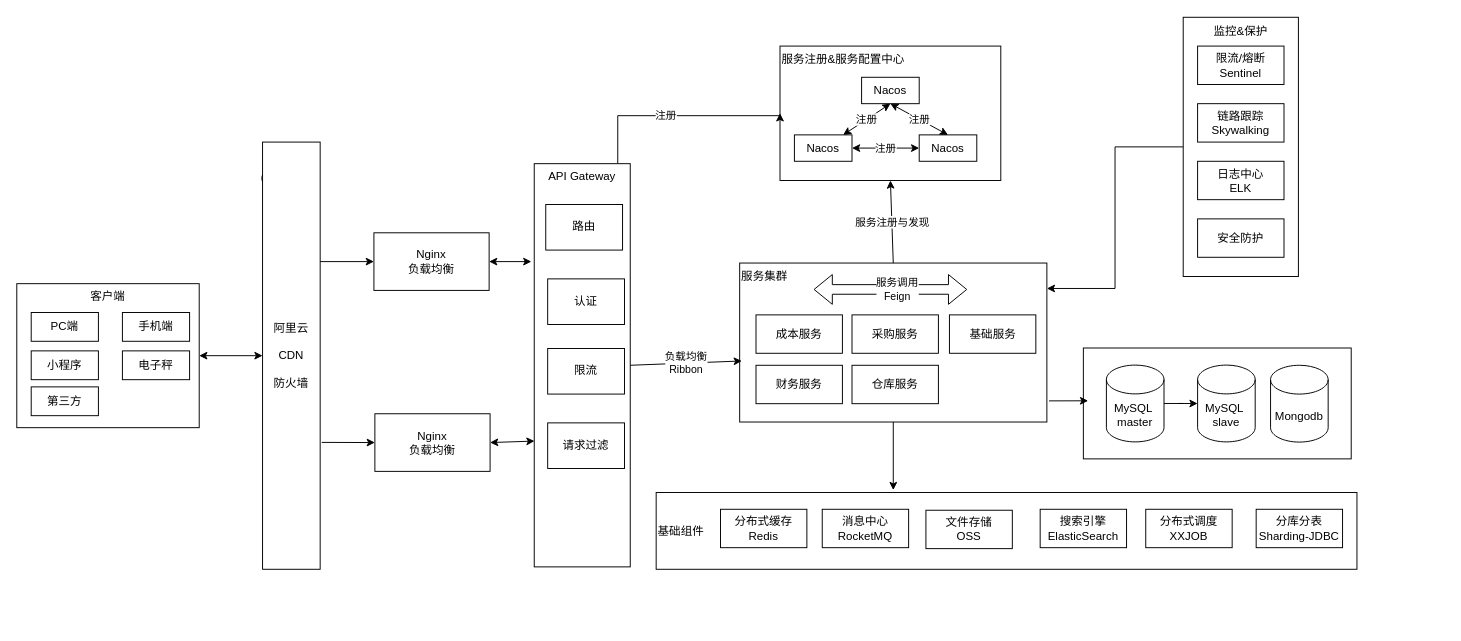
Above: diagrams/Untitled Diagram.drawio in dengyulong/PublicStore (draw.io), before the change. Source tidied: cells renumbered, new cells numbered last; positions are measured from the earlier drawing's top-left corner, leaving out a move shared by most shapes. Both pictures are drawn from the tidied source at 96%, with x=0, y=0 at pixel (16, 17).
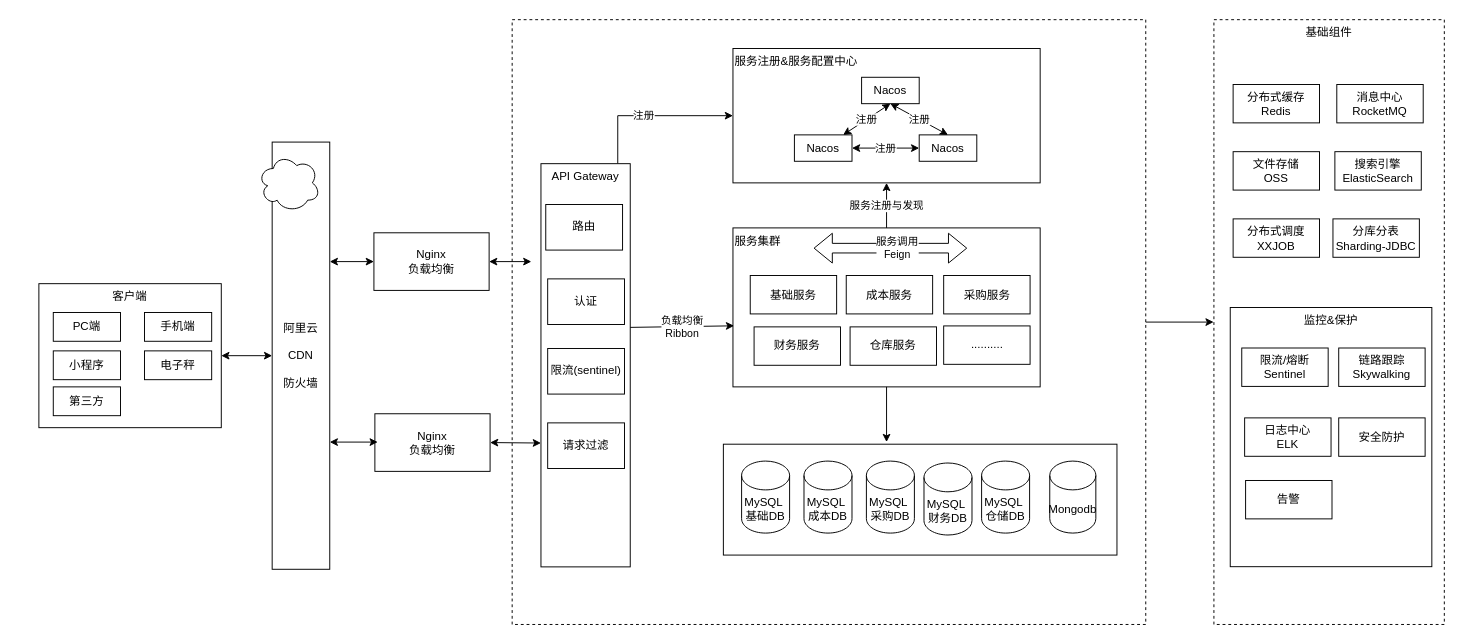
After the change.

Unchanged cells that the change refers to:
```xml
<mxCell id="16" value="Nginx&lt;br&gt;负载均衡" style="rounded=0;whiteSpace=wrap;html=1;" parent="1" vertex="1">
  <mxGeometry x="372" y="224" width="120" height="60" as="geometry" />
</mxCell>
<mxCell id="17" value="Nginx&lt;br&gt;负载均衡" style="rounded=0;whiteSpace=wrap;html=1;" parent="1" vertex="1">
  <mxGeometry x="373" y="412.5" width="120" height="60" as="geometry" />
</mxCell>
```

Change to the diagram source:
```diff
@@
+    <mxCell id="60" style="rounded=0;whiteSpace=wrap;html=1;dashed=1;" parent="1" vertex="1">
+      <mxGeometry x="516" y="2" width="660" height="630" as="geometry" />
+    </mxCell>
+    <mxCell id="59" value="阿里云&lt;br&gt;&lt;br&gt;CDN&lt;br&gt;&lt;br&gt;防火墙" style="rounded=0;whiteSpace=wrap;html=1;" parent="1" vertex="1">
+      <mxGeometry x="266" y="129.5" width="60" height="445" as="geometry" />
+    </mxCell>
-    <mxCell id="2" value="基础组件" style="rounded=0;whiteSpace=wrap;html=1;verticalAlign=middle;align=left;" parent="1" vertex="1">
-      <mxGeometry x="666" y="494.5" width="730" height="80" as="geometry" />
+    <mxCell id="2" value="基础组件" style="rounded=0;whiteSpace=wrap;html=1;verticalAlign=top;align=center;dashed=1;" parent="1" vertex="1">
+      <mxGeometry x="1247" y="2" width="240" height="630" as="geometry" />
     </mxCell>
     <mxCell id="3" style="rounded=0;whiteSpace=wrap;html=1;" parent="1" vertex="1">
-      <mxGeometry x="1111" y="344" width="279" height="115.5" as="geometry" />
+      <mxGeometry x="736" y="444.2" width="410" height="115.5" as="geometry" />
     </mxCell>
     <mxCell id="4" value="监控&amp;amp;保护" style="rounded=0;whiteSpace=wrap;html=1;verticalAlign=top;" parent="1" vertex="1">
-      <mxGeometry x="1215" y="-0.5" width="120" height="270" as="geometry" />
+      <mxGeometry x="1264" y="301.8" width="210" height="270" as="geometry" />
     </mxCell>
     <mxCell id="5" value="&lt;div style=&quot;&quot;&gt;&lt;span style=&quot;background-color: initial;&quot;&gt;服务集群&lt;/span&gt;&lt;/div&gt;" style="rounded=0;whiteSpace=wrap;html=1;align=left;verticalAlign=top;" parent="1" vertex="1">
-      <mxGeometry x="753" y="255.5" width="320" height="165.6" as="geometry" />
+      <mxGeometry x="746" y="218.9" width="320" height="165.6" as="geometry" />
     </mxCell>
     <mxCell id="6" value="服务注册&amp;amp;服务配置中心" style="rounded=0;whiteSpace=wrap;html=1;verticalAlign=top;align=left;" parent="1" vertex="1">
-      <mxGeometry x="795" y="29.5" width="230" height="140" as="geometry" />
+      <mxGeometry x="746" y="32" width="320" height="140" as="geometry" />
     </mxCell>
@@
     <mxCell id="8" value="API Gateway" style="rounded=0;whiteSpace=wrap;html=1;verticalAlign=top;" parent="1" vertex="1">
-      <mxGeometry x="539" y="152" width="100" height="420" as="geometry" />
+      <mxGeometry x="546" y="152" width="93" height="420" as="geometry" />
     </mxCell>
     <mxCell id="9" value="客户端" style="rounded=0;whiteSpace=wrap;html=1;verticalAlign=top;" parent="1" vertex="1">
-      <mxGeometry y="277" width="190" height="150" as="geometry" />
+      <mxGeometry x="23" y="277" width="190" height="150" as="geometry" />
     </mxCell>
     <mxCell id="10" value="手机端" style="rounded=0;whiteSpace=wrap;html=1;" parent="1" vertex="1">
-      <mxGeometry x="110" y="307" width="70" height="30" as="geometry" />
+      <mxGeometry x="133" y="307" width="70" height="30" as="geometry" />
     </mxCell>
     <mxCell id="11" value="PC端" style="rounded=0;whiteSpace=wrap;html=1;" parent="1" vertex="1">
-      <mxGeometry x="15" y="307" width="70" height="30" as="geometry" />
+      <mxGeometry x="38" y="307" width="70" height="30" as="geometry" />
     </mxCell>
     <mxCell id="12" value="电子秤" style="rounded=0;whiteSpace=wrap;html=1;" parent="1" vertex="1">
-      <mxGeometry x="110" y="347" width="70" height="30" as="geometry" />
+      <mxGeometry x="133" y="347" width="70" height="30" as="geometry" />
     </mxCell>
     <mxCell id="13" value="第三方" style="rounded=0;whiteSpace=wrap;html=1;" parent="1" vertex="1">
-      <mxGeometry x="15" y="384.5" width="70" height="30" as="geometry" />
+      <mxGeometry x="38" y="384.5" width="70" height="30" as="geometry" />
     </mxCell>
@@
     <mxCell id="15" value="小程序" style="rounded=0;whiteSpace=wrap;html=1;" parent="1" vertex="1">
-      <mxGeometry x="15" y="347" width="70" height="30" as="geometry" />
+      <mxGeometry x="38" y="347" width="70" height="30" as="geometry" />
     </mxCell>
@@
     <mxCell id="18" style="endArrow=classic;startArrow=classic;html=1;rounded=0;entryX=0;entryY=0.5;entryDx=0;entryDy=0;" parent="1" edge="1" target="16">
       <mxGeometry relative="1" as="geometry">
-        <mxPoint x="286" y="254" as="sourcePoint" />
+        <mxPoint x="326" y="254" as="sourcePoint" />
       </mxGeometry>
     </mxCell>
@@
-    <mxCell id="20" style="endArrow=classic;startArrow=none;html=1;rounded=0;entryX=0;entryY=0.5;entryDx=0;entryDy=0;exitX=1.028;exitY=0.703;exitDx=0;exitDy=0;exitPerimeter=0;" parent="1" edge="1" source="59" target="17">
-      <mxGeometry relative="1" as="geometry" />
-    </mxCell>
@@
-    <mxCell id="24" style="endArrow=classic;startArrow=classic;html=1;rounded=0;entryX=0.003;entryY=0.688;entryDx=0;entryDy=0;entryPerimeter=0;exitX=1;exitY=0.5;exitDx=0;exitDy=0;" parent="1" edge="1" source="17" target="8">
-      <mxGeometry relative="1" as="geometry" />
+    <mxCell id="24" style="endArrow=classic;startArrow=classic;html=1;rounded=0;exitX=1;exitY=0.5;exitDx=0;exitDy=0;" parent="1" edge="1" source="17">
+      <mxGeometry relative="1" as="geometry">
+        <mxPoint x="546" y="443" as="targetPoint" />
+      </mxGeometry>
     </mxCell>
@@
     <mxCell id="31" value="成本服务" style="rounded=0;whiteSpace=wrap;html=1;" parent="1" vertex="1">
-      <mxGeometry x="770" y="309.5" width="90" height="40" as="geometry" />
+      <mxGeometry x="864" y="268.5" width="90" height="40" as="geometry" />
     </mxCell>
     <mxCell id="32" value="采购服务" style="rounded=0;whiteSpace=wrap;html=1;" parent="1" vertex="1">
-      <mxGeometry x="870" y="309.5" width="90" height="40" as="geometry" />
+      <mxGeometry x="965.5" y="268.5" width="90" height="40" as="geometry" />
     </mxCell>
     <mxCell id="33" value="仓库服务" style="rounded=0;whiteSpace=wrap;html=1;" parent="1" vertex="1">
-      <mxGeometry x="870" y="362" width="90" height="40" as="geometry" />
+      <mxGeometry x="868" y="322" width="90" height="40" as="geometry" />
     </mxCell>
     <mxCell id="34" value="财务服务" style="rounded=0;whiteSpace=wrap;html=1;" parent="1" vertex="1">
-      <mxGeometry x="770" y="362" width="90" height="40" as="geometry" />
+      <mxGeometry x="768" y="322" width="90" height="40" as="geometry" />
     </mxCell>
     <mxCell id="35" value="基础服务" style="rounded=0;whiteSpace=wrap;html=1;" parent="1" vertex="1">
-      <mxGeometry x="971.5" y="309.5" width="90" height="40" as="geometry" />
+      <mxGeometry x="764" y="268.5" width="90" height="40" as="geometry" />
     </mxCell>
@@
     <mxCell id="38" value="消息中心&lt;br&gt;RocketMQ" style="rounded=0;whiteSpace=wrap;html=1;" parent="1" vertex="1">
-      <mxGeometry x="839" y="512" width="90" height="40" as="geometry" />
+      <mxGeometry x="1375" y="69.5" width="90" height="40" as="geometry" />
     </mxCell>
     <mxCell id="39" value="分布式调度&lt;br&gt;XXJOB" style="rounded=0;whiteSpace=wrap;html=1;" parent="1" vertex="1">
-      <mxGeometry x="1176" y="512" width="90" height="40" as="geometry" />
+      <mxGeometry x="1267" y="209.5" width="90" height="40" as="geometry" />
     </mxCell>
     <mxCell id="40" value="搜索引擎&lt;br&gt;ElasticSearch" style="rounded=0;whiteSpace=wrap;html=1;" parent="1" vertex="1">
-      <mxGeometry x="1066" y="512" width="90" height="40" as="geometry" />
+      <mxGeometry x="1373" y="139.5" width="90" height="40" as="geometry" />
     </mxCell>
     <mxCell id="41" value="限流/熔断Sentinel" style="rounded=0;whiteSpace=wrap;html=1;" parent="1" vertex="1">
-      <mxGeometry x="1230" y="29.5" width="90" height="40" as="geometry" />
+      <mxGeometry x="1276" y="344" width="90" height="40" as="geometry" />
     </mxCell>
-    <mxCell id="42" style="edgeStyle=orthogonalEdgeStyle;rounded=0;jettySize=auto;html=1;" parent="1" edge="1" source="4" target="5">
-      <mxGeometry relative="1" as="geometry">
-        <Array as="points">
-          <mxPoint x="1144" y="135" />
-          <mxPoint x="1144" y="282" />
-        </Array>
-      </mxGeometry>
-    </mxCell>
     <mxCell id="43" value="日志中心&lt;br&gt;ELK" style="rounded=0;whiteSpace=wrap;html=1;" parent="1" vertex="1">
-      <mxGeometry x="1230" y="149.5" width="90" height="40" as="geometry" />
+      <mxGeometry x="1279" y="416.8" width="90" height="40" as="geometry" />
     </mxCell>
     <mxCell id="44" value="文件存储&lt;br&gt;OSS" style="rounded=0;whiteSpace=wrap;html=1;" parent="1" vertex="1">
-      <mxGeometry x="947" y="513" width="90" height="40" as="geometry" />
+      <mxGeometry x="1267" y="139.5" width="90" height="40" as="geometry" />
     </mxCell>
     <mxCell id="45" value="安全防护" style="rounded=0;whiteSpace=wrap;html=1;" parent="1" vertex="1">
-      <mxGeometry x="1230" y="209.5" width="90" height="40" as="geometry" />
+      <mxGeometry x="1377" y="416.8" width="90" height="40" as="geometry" />
     </mxCell>
     <mxCell id="46" value="分布式缓存&lt;br&gt;Redis" style="rounded=0;whiteSpace=wrap;html=1;" parent="1" vertex="1">
-      <mxGeometry x="733" y="512" width="90" height="40" as="geometry" />
+      <mxGeometry x="1267" y="69.5" width="90" height="40" as="geometry" />
     </mxCell>
-    <mxCell id="47" value="负载均衡&lt;br&gt;Ribbon" style="endArrow=classic;html=1;rounded=0;exitX=1;exitY=0.5;exitDx=0;exitDy=0;entryX=0.007;entryY=0.616;entryDx=0;entryDy=0;entryPerimeter=0;" parent="1" edge="1" source="8" target="5">
-      <mxGeometry relative="1" as="geometry" />
+    <mxCell id="47" value="负载均衡&lt;br&gt;Ribbon" style="endArrow=classic;html=1;rounded=0;entryX=0.007;entryY=0.616;entryDx=0;entryDy=0;entryPerimeter=0;exitX=1;exitY=0.406;exitDx=0;exitDy=0;exitPerimeter=0;" parent="1" edge="1" source="8">
+      <mxGeometry relative="1" as="geometry">
+        <mxPoint x="747.2" y="320.9" as="targetPoint" />
+      </mxGeometry>
     </mxCell>
     <mxCell id="48" value="链路跟踪Skywalking" style="rounded=0;whiteSpace=wrap;html=1;" parent="1" vertex="1">
-      <mxGeometry x="1230" y="89.5" width="90" height="40" as="geometry" />
+      <mxGeometry x="1377" y="344" width="90" height="40" as="geometry" />
     </mxCell>
     <mxCell id="49" style="shape=flexArrow;endArrow=classic;startArrow=classic;html=1;rounded=0;" parent="1" edge="1">
       <mxGeometry relative="1" as="geometry">
-        <mxPoint x="830" y="283" as="sourcePoint" />
-        <mxPoint x="990" y="283" as="targetPoint" />
+        <mxPoint x="830" y="240" as="sourcePoint" />
+        <mxPoint x="990" y="240" as="targetPoint" />
       </mxGeometry>
     </mxCell>
@@
     <mxCell id="51" value="分库分表&lt;br&gt;Sharding-JDBC" style="rounded=0;whiteSpace=wrap;html=1;" parent="1" vertex="1">
-      <mxGeometry x="1291" y="512" width="90" height="40" as="geometry" />
+      <mxGeometry x="1371" y="209.5" width="90" height="40" as="geometry" />
     </mxCell>
-    <mxCell id="52" value="限流" style="rounded=0;whiteSpace=wrap;html=1;" parent="1" vertex="1">
+    <mxCell id="52" value="限流(sentinel)" style="rounded=0;whiteSpace=wrap;html=1;" parent="1" vertex="1">
       <mxGeometry x="553" y="344.5" width="80" height="47.5" as="geometry" />
     </mxCell>
-    <mxCell id="53" style="endArrow=classic;html=1;rounded=0;exitX=0.5;exitY=1;exitDx=0;exitDy=0;" parent="1" edge="1" source="5">
-      <mxGeometry relative="1" as="geometry">
-        <mxPoint x="913" y="492" as="targetPoint" />
-      </mxGeometry>
-    </mxCell>
-    <mxCell id="54" style="edgeStyle=orthogonalEdgeStyle;rounded=0;jettySize=auto;html=1;" parent="1" edge="1" source="55" target="56">
-      <mxGeometry relative="1" as="geometry" />
-    </mxCell>
-    <mxCell id="55" value="MySQL&amp;nbsp;&lt;br&gt;master" style="shape=cylinder3;whiteSpace=wrap;html=1;boundedLbl=1;backgroundOutline=1;size=15;" parent="1" vertex="1">
-      <mxGeometry x="1135" y="361.8" width="60" height="80" as="geometry" />
+    <mxCell id="55" value="MySQL&amp;nbsp;&lt;br&gt;成本DB" style="shape=cylinder3;whiteSpace=wrap;html=1;boundedLbl=1;backgroundOutline=1;size=15;" parent="1" vertex="1">
+      <mxGeometry x="820" y="461.8" width="50" height="75" as="geometry" />
     </mxCell>
-    <mxCell id="56" value="MySQL&amp;nbsp;&lt;br&gt;slave" style="shape=cylinder3;whiteSpace=wrap;html=1;boundedLbl=1;backgroundOutline=1;size=15;" parent="1" vertex="1">
-      <mxGeometry x="1230" y="361.8" width="60" height="80" as="geometry" />
-    </mxCell>
     <mxCell id="57" value="Mongodb" style="shape=cylinder3;whiteSpace=wrap;html=1;boundedLbl=1;backgroundOutline=1;size=15;" parent="1" vertex="1">
-      <mxGeometry x="1306" y="362" width="60" height="80" as="geometry" />
+      <mxGeometry x="1076" y="461.8" width="48" height="75" as="geometry" />
     </mxCell>
-    <mxCell id="58" style="endArrow=classic;html=1;rounded=0;exitX=1.007;exitY=0.867;exitDx=0;exitDy=0;exitPerimeter=0;" parent="1" edge="1" source="5">
-      <mxGeometry relative="1" as="geometry">
-        <mxPoint x="1116" y="399" as="targetPoint" />
-      </mxGeometry>
-    </mxCell>
-    <mxCell id="59" value="阿里云&lt;br&gt;&lt;br&gt;CDN&lt;br&gt;&lt;br&gt;防火墙" style="rounded=0;whiteSpace=wrap;html=1;" parent="1" vertex="1">
-      <mxGeometry x="256" y="129.5" width="60" height="445" as="geometry" />
-    </mxCell>
+    <mxCell id="61" value=".........." style="rounded=0;whiteSpace=wrap;html=1;" parent="1" vertex="1">
+      <mxGeometry x="965.5" y="321" width="90" height="40" as="geometry" />
+    </mxCell>
+    <mxCell id="62" value="MySQL&amp;nbsp;&lt;br&gt;采购DB" style="shape=cylinder3;whiteSpace=wrap;html=1;boundedLbl=1;backgroundOutline=1;size=15;" parent="1" vertex="1">
+      <mxGeometry x="885" y="461.8" width="50" height="75" as="geometry" />
+    </mxCell>
+    <mxCell id="63" value="MySQL&amp;nbsp;&lt;br&gt;基础DB" style="shape=cylinder3;whiteSpace=wrap;html=1;boundedLbl=1;backgroundOutline=1;size=15;" parent="1" vertex="1">
+      <mxGeometry x="755" y="461.8" width="50" height="75" as="geometry" />
+    </mxCell>
+    <mxCell id="64" value="MySQL&amp;nbsp;&lt;br&gt;财务DB" style="shape=cylinder3;whiteSpace=wrap;html=1;boundedLbl=1;backgroundOutline=1;size=15;" parent="1" vertex="1">
+      <mxGeometry x="945" y="463.8" width="50" height="75" as="geometry" />
+    </mxCell>
+    <mxCell id="65" value="MySQL&amp;nbsp;&lt;br&gt;仓储DB" style="shape=cylinder3;whiteSpace=wrap;html=1;boundedLbl=1;backgroundOutline=1;size=15;" parent="1" vertex="1">
+      <mxGeometry x="1005" y="461.8" width="50" height="75" as="geometry" />
+    </mxCell>
+    <mxCell id="66" value="告警" style="rounded=0;whiteSpace=wrap;html=1;" parent="1" vertex="1">
+      <mxGeometry x="1280" y="482" width="90" height="40" as="geometry" />
+    </mxCell>
+    <mxCell id="67" style="endArrow=classic;html=1;rounded=0;" parent="1" edge="1" source="60">
+      <mxGeometry relative="1" as="geometry">
+        <mxPoint x="1246.7" y="317" as="targetPoint" />
+      </mxGeometry>
+    </mxCell>
+    <mxCell id="68" style="endArrow=classic;html=1;rounded=0;exitX=0.5;exitY=1;exitDx=0;exitDy=0;" parent="1" edge="1" source="5">
+      <mxGeometry relative="1" as="geometry">
+        <mxPoint x="906" y="442" as="targetPoint" />
+      </mxGeometry>
+    </mxCell>
+    <mxCell id="69" style="endArrow=classic;startArrow=classic;html=1;rounded=0;" parent="1" edge="1">
+      <mxGeometry relative="1" as="geometry">
+        <mxPoint x="326" y="442" as="sourcePoint" />
+        <mxPoint x="376" y="442" as="targetPoint" />
+      </mxGeometry>
+    </mxCell>
```
